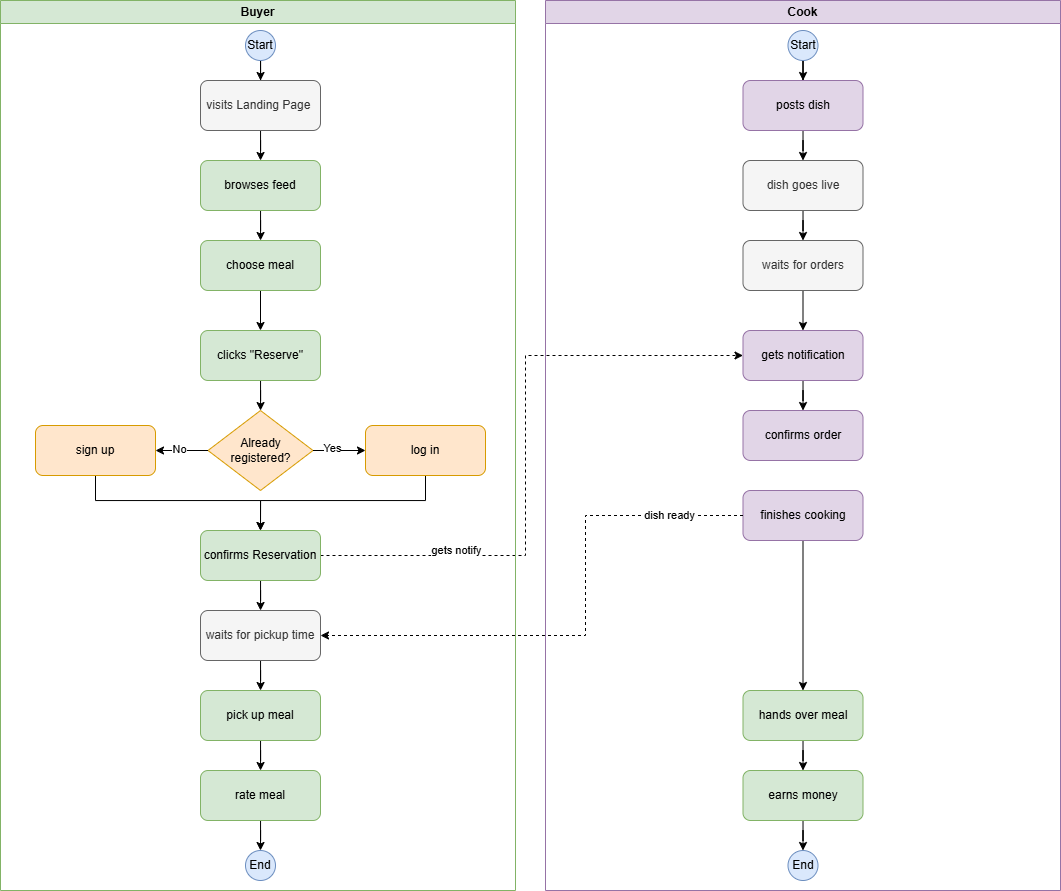
Before: docs/assets/images/Happy_Path_DD.png, a diagram exported from draw.io (MrGreeeenTea/Dorm-Dine). Source tidied: cells renumbered, new cells last; positions are measured from the earlier drawing's top-left corner, leaving out a move shared by most shapes.
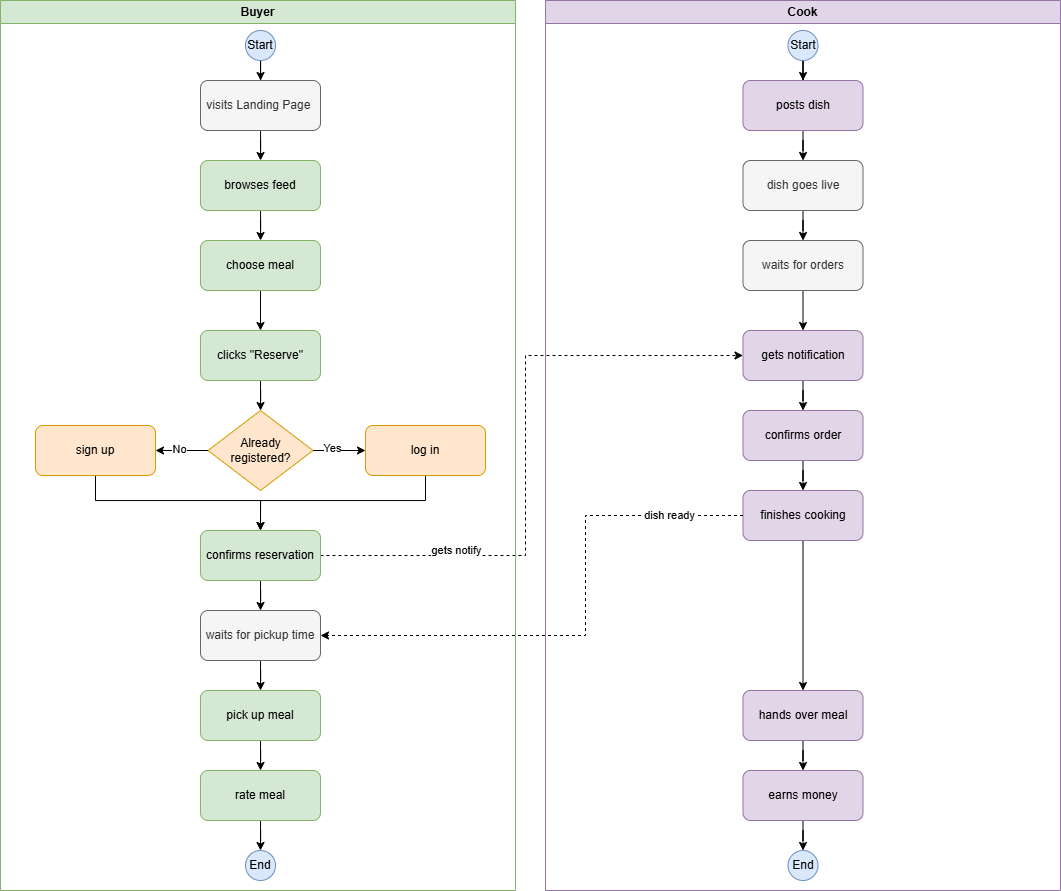
After the commit.

Commit message:
happy path korrigiert

Change to the diagram source:
```diff
@@ -64,7 +64,7 @@
         <mxPoint x="-40" y="-2" as="offset" />
       </mxGeometry>
     </mxCell>
-    <mxCell id="17" value="confirms Reservation" style="rounded=1;whiteSpace=wrap;html=1;fillColor=#d5e8d4;strokeColor=#82b366;" parent="1" vertex="1">
+    <mxCell id="17" value="confirms reservation" style="rounded=1;whiteSpace=wrap;html=1;fillColor=#d5e8d4;strokeColor=#82b366;" parent="1" vertex="1">
       <mxGeometry x="200" y="530" width="120" height="50" as="geometry" />
     </mxCell>
     <mxCell id="18" style="edgeStyle=orthogonalEdgeStyle;rounded=0;jettySize=auto;html=1;" parent="1" edge="1" source="19" target="21">
@@ -156,18 +156,21 @@
     <mxCell id="46" style="edgeStyle=orthogonalEdgeStyle;rounded=0;jettySize=auto;html=1;" parent="33" edge="1" source="47" target="49">
       <mxGeometry relative="1" as="geometry" />
     </mxCell>
-    <mxCell id="47" value="hands over meal" style="rounded=1;whiteSpace=wrap;html=1;fillColor=#d5e8d4;strokeColor=#82b366;" parent="33" vertex="1">
+    <mxCell id="47" value="hands over meal" style="rounded=1;whiteSpace=wrap;html=1;fillColor=#e1d5e7;strokeColor=#9673a6;" parent="33" vertex="1">
       <mxGeometry x="197.5" y="690" width="120" height="50" as="geometry" />
     </mxCell>
     <mxCell id="48" style="edgeStyle=orthogonalEdgeStyle;rounded=0;jettySize=auto;html=1;" parent="33" edge="1" source="49" target="50">
       <mxGeometry relative="1" as="geometry" />
     </mxCell>
-    <mxCell id="49" value="earns money" style="rounded=1;whiteSpace=wrap;html=1;fillColor=#d5e8d4;strokeColor=#82b366;" parent="33" vertex="1">
+    <mxCell id="49" value="earns money" style="rounded=1;whiteSpace=wrap;html=1;fillColor=#e1d5e7;strokeColor=#9673a6;" parent="33" vertex="1">
       <mxGeometry x="197.5" y="770" width="120" height="50" as="geometry" />
     </mxCell>
     <mxCell id="50" value="End" style="ellipse;whiteSpace=wrap;html=1;fillColor=#dae8fc;strokeColor=#6c8ebf;" parent="33" vertex="1">
       <mxGeometry x="242.5" y="850" width="30" height="30" as="geometry" />
     </mxCell>
+    <mxCell id="54" style="edgeStyle=orthogonalEdgeStyle;rounded=0;jettySize=auto;html=1;" parent="33" edge="1" source="51" target="45">
+      <mxGeometry relative="1" as="geometry" />
+    </mxCell>
     <mxCell id="51" value="confirms order" style="rounded=1;whiteSpace=wrap;html=1;fillColor=#e1d5e7;strokeColor=#9673a6;" parent="33" vertex="1">
       <mxGeometry x="197.5" y="410" width="120" height="50" as="geometry" />
     </mxCell>
```
